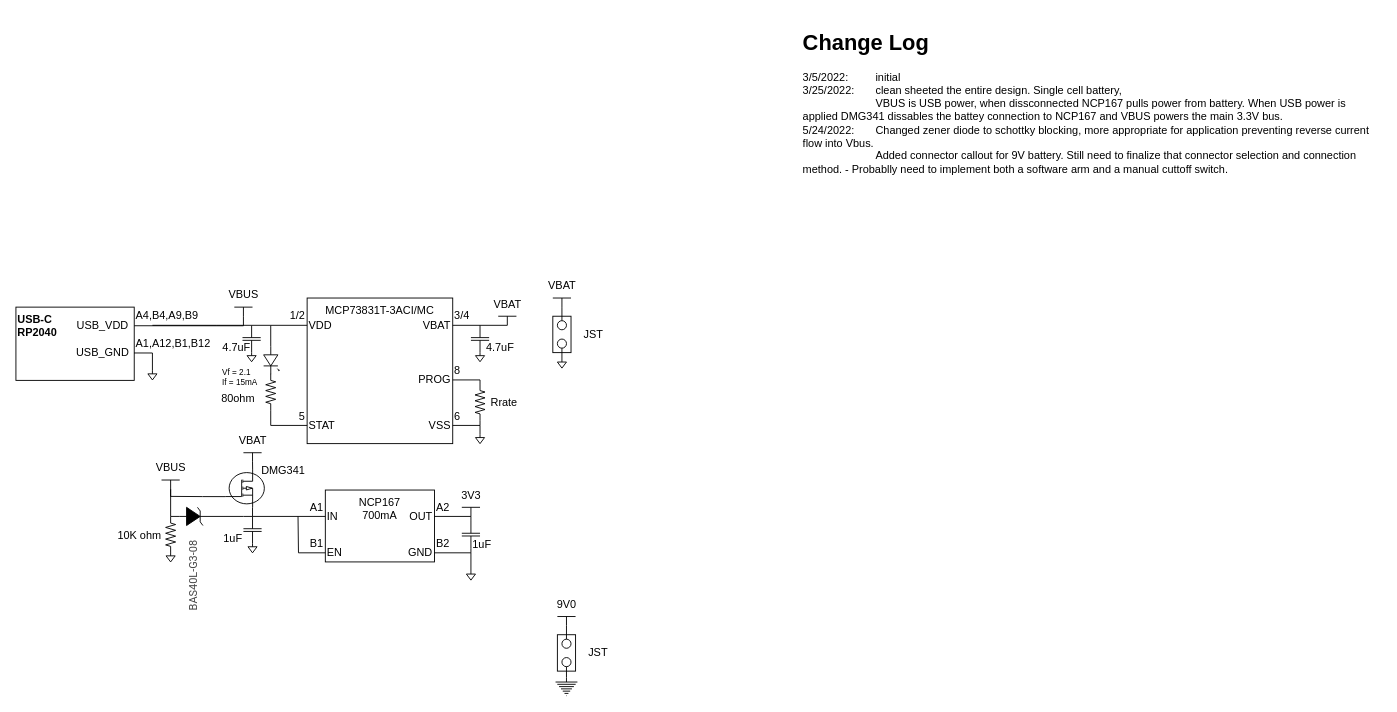
liamherlihy/pleaseGoUp keeps this draw.io diagram as page "PSU" (5 of 11) of PleaseGoUp_RP2040.drawio. Above is the earlier version. Source tidied: cells renumbered, new cells numbered last; positions are measured from the earlier drawing's top-left corner, leaving out a move shared by most shapes. Both pictures are drawn from the tidied source at 91%, with x=0, y=0 at pixel (15, 25).
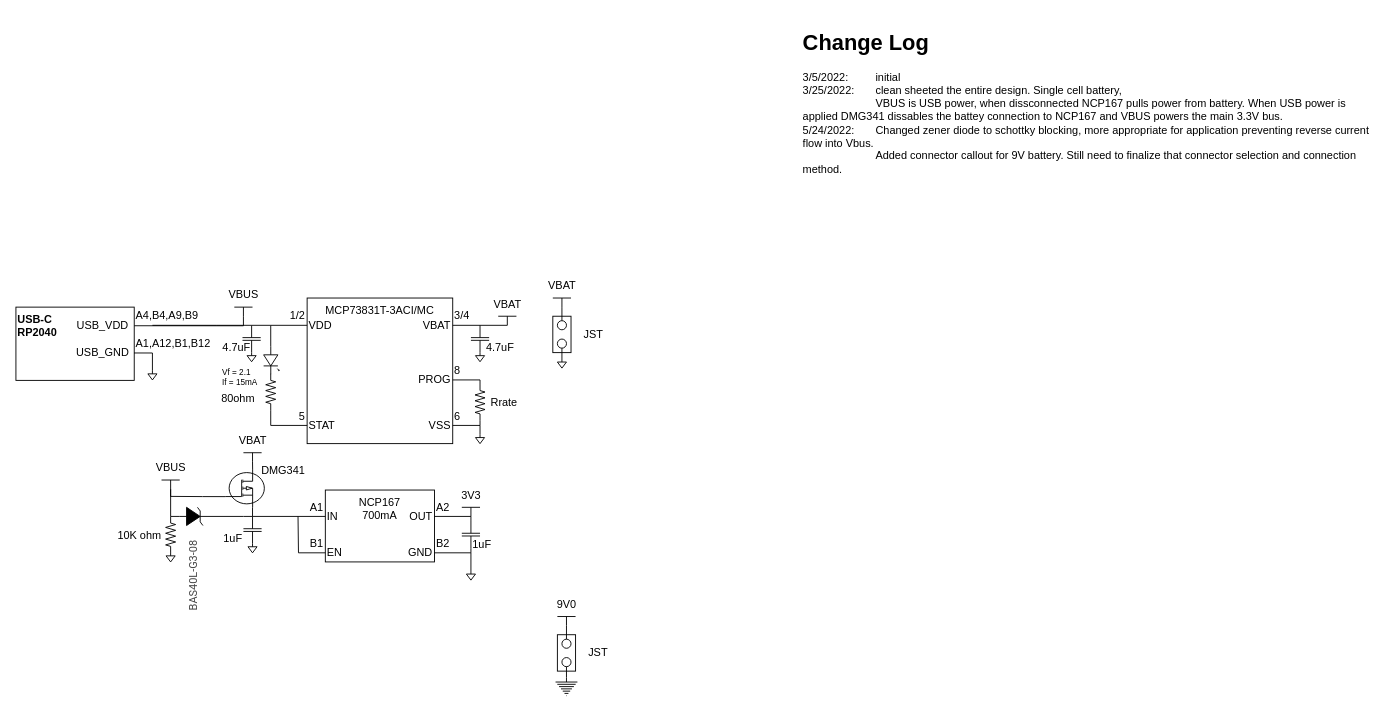
Above is the later version.

What changed in the source:
```diff
@@
-    <mxCell id="6" value="&lt;h1&gt;Change Log&lt;/h1&gt;&lt;div&gt;3/5/2022: &lt;span style=&quot;white-space: pre&quot;&gt;&#9;&lt;/span&gt;initial&amp;nbsp;&lt;/div&gt;&lt;div&gt;3/25/2022:&lt;span style=&quot;white-space: pre&quot;&gt;&#9;&lt;/span&gt;clean sheeted the entire design. Single cell battery,&amp;nbsp;&lt;br&gt;&lt;span style=&quot;white-space: pre&quot;&gt;&#9;&lt;/span&gt;&lt;span style=&quot;white-space: pre&quot;&gt;&#9;&lt;/span&gt;&lt;span style=&quot;white-space: pre&quot;&gt;&#9;&lt;/span&gt;VBUS is USB power, when dissconnected NCP167 pulls power from battery. When USB power is applied DMG341 dissables the battey connection to NCP167 and VBUS powers the main 3.3V bus.&lt;br&gt;5/24/2022:&lt;span style=&quot;white-space: pre&quot;&gt;&#9;&lt;/span&gt;Changed zener diode to schottky blocking, more appropriate for application preventing reverse current flow into Vbus.&amp;nbsp;&lt;/div&gt;&lt;div&gt;&lt;span style=&quot;white-space: pre&quot;&gt;&#9;&lt;/span&gt;&lt;span style=&quot;white-space: pre&quot;&gt;&#9;&lt;/span&gt;&lt;span style=&quot;white-space: pre&quot;&gt;&#9;&lt;/span&gt;Added connector callout for 9V battery. Still need to finalize that connector selection and connection method. - Probablly need to implement both a software arm and a manual cuttoff switch.&amp;nbsp;&lt;/div&gt;&lt;div&gt;&amp;nbsp;&amp;nbsp;&lt;br&gt;&lt;span style=&quot;white-space: pre&quot;&gt;&#9;&lt;/span&gt;&lt;span style=&quot;white-space: pre&quot;&gt;&#9;&lt;/span&gt;&lt;span style=&quot;white-space: pre&quot;&gt;&#9;&lt;/span&gt;&lt;br&gt;&lt;/div&gt;" style="text;html=1;strokeColor=none;fillColor=none;spacing=5;spacingTop=-20;whiteSpace=wrap;overflow=hidden;rounded=0;" parent="1" vertex="1">
+    <mxCell id="6" value="&lt;h1&gt;Change Log&lt;/h1&gt;&lt;div&gt;3/5/2022: &lt;span style=&quot;white-space: pre&quot;&gt;&#9;&lt;/span&gt;initial&amp;nbsp;&lt;/div&gt;&lt;div&gt;3/25/2022:&lt;span style=&quot;white-space: pre&quot;&gt;&#9;&lt;/span&gt;clean sheeted the entire design. Single cell battery,&amp;nbsp;&lt;br&gt;&lt;span style=&quot;white-space: pre&quot;&gt;&#9;&lt;/span&gt;&lt;span style=&quot;white-space: pre&quot;&gt;&#9;&lt;/span&gt;&lt;span style=&quot;white-space: pre&quot;&gt;&#9;&lt;/span&gt;VBUS is USB power, when dissconnected NCP167 pulls power from battery. When USB power is applied DMG341 dissables the battey connection to NCP167 and VBUS powers the main 3.3V bus.&lt;br&gt;5/24/2022:&lt;span style=&quot;white-space: pre&quot;&gt;&#9;&lt;/span&gt;Changed zener diode to schottky blocking, more appropriate for application preventing reverse current flow into Vbus.&amp;nbsp;&lt;/div&gt;&lt;div&gt;&lt;span style=&quot;white-space: pre&quot;&gt;&#9;&lt;/span&gt;&lt;span style=&quot;white-space: pre&quot;&gt;&#9;&lt;/span&gt;&lt;span style=&quot;white-space: pre&quot;&gt;&#9;&lt;/span&gt;Added connector callout for 9V battery. Still need to finalize that connector selection and connection method.&amp;nbsp;&amp;nbsp;&lt;/div&gt;&lt;div&gt;&amp;nbsp;&amp;nbsp;&lt;br&gt;&lt;span style=&quot;white-space: pre&quot;&gt;&#9;&lt;/span&gt;&lt;span style=&quot;white-space: pre&quot;&gt;&#9;&lt;/span&gt;&lt;span style=&quot;white-space: pre&quot;&gt;&#9;&lt;/span&gt;&lt;br&gt;&lt;/div&gt;" style="text;html=1;strokeColor=none;fillColor=none;spacing=5;spacingTop=-20;whiteSpace=wrap;overflow=hidden;rounded=0;" parent="1" vertex="1">
       <mxGeometry x="860" width="640" height="630" as="geometry" />
     </mxCell>
```
